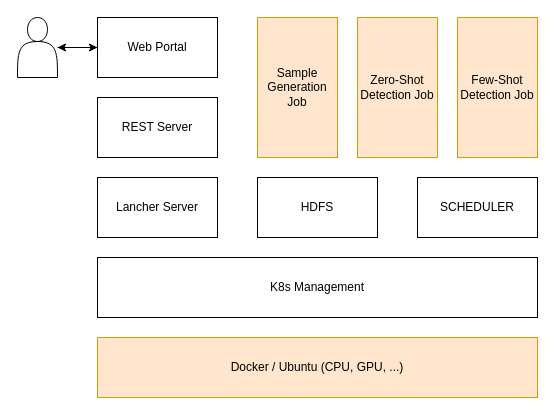
Above: structure.drawio in foreignbill/drawio (draw.io), before the change. Source tidied: cells renumbered, new cells numbered last; positions are measured from the earlier drawing's top-left corner, leaving out a move shared by most shapes. Both pictures are drawn from the tidied source at 100%, with x=0, y=0 at pixel (17, 17).
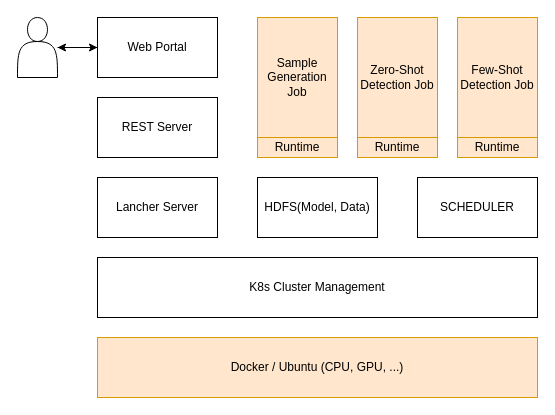
After the change.

Diff of the diagram source:
```diff
@@
 <mxGraphModel>
   <root>
     <mxCell id="0" />
     <mxCell id="1" parent="0" />
     <mxCell id="2" style="edgeStyle=orthogonalEdgeStyle;rounded=0;jettySize=auto;html=1;" parent="1" edge="1" source="3" target="5">
       <mxGeometry relative="1" as="geometry" />
     </mxCell>
     <mxCell id="3" style="shape=actor;whiteSpace=wrap;html=1;" parent="1" vertex="1">
       <mxGeometry width="40" height="60" as="geometry" />
     </mxCell>
     <mxCell id="4" style="edgeStyle=orthogonalEdgeStyle;rounded=0;jettySize=auto;html=1;" parent="1" edge="1" source="5" target="3">
       <mxGeometry relative="1" as="geometry" />
     </mxCell>
     <mxCell id="5" value="Web Portal" style="rounded=0;whiteSpace=wrap;html=1;" parent="1" vertex="1">
       <mxGeometry x="80" width="120" height="60" as="geometry" />
     </mxCell>
     <mxCell id="6" value="REST Server" style="rounded=0;whiteSpace=wrap;html=1;" parent="1" vertex="1">
       <mxGeometry x="80" y="80" width="120" height="60" as="geometry" />
     </mxCell>
     <mxCell id="7" value="Lancher Server" style="rounded=0;whiteSpace=wrap;html=1;" parent="1" vertex="1">
       <mxGeometry x="80" y="160" width="120" height="60" as="geometry" />
     </mxCell>
-    <mxCell id="8" value="HDFS" style="rounded=0;whiteSpace=wrap;html=1;" parent="1" vertex="1">
+    <mxCell id="8" value="HDFS(Model, Data)" style="rounded=0;whiteSpace=wrap;html=1;" parent="1" vertex="1">
       <mxGeometry x="240" y="160" width="120" height="60" as="geometry" />
     </mxCell>
     <mxCell id="9" value="SCHEDULER" style="rounded=0;whiteSpace=wrap;html=1;" parent="1" vertex="1">
       <mxGeometry x="400" y="160" width="120" height="60" as="geometry" />
     </mxCell>
-    <mxCell id="10" value="K8s Management" style="rounded=0;whiteSpace=wrap;html=1;" parent="1" vertex="1">
+    <mxCell id="10" value="K8s Cluster Management" style="rounded=0;whiteSpace=wrap;html=1;" parent="1" vertex="1">
       <mxGeometry x="80" y="240" width="440" height="60" as="geometry" />
     </mxCell>
     <mxCell id="11" value="Docker / Ubuntu (CPU, GPU, ...)" style="rounded=0;whiteSpace=wrap;html=1;fillColor=#ffe6cc;strokeColor=#d79b00;" parent="1" vertex="1">
       <mxGeometry x="80" y="320" width="440" height="60" as="geometry" />
     </mxCell>
-    <mxCell id="12" value="Sample Generation Job" style="rounded=0;whiteSpace=wrap;html=1;fillColor=#ffe6cc;strokeColor=#d79b00;" parent="1" vertex="1">
-      <mxGeometry x="240" width="80" height="140" as="geometry" />
-    </mxCell>
     <mxCell id="13" value="Few-Shot Detection Job" style="rounded=0;whiteSpace=wrap;html=1;fillColor=#ffe6cc;strokeColor=#d79b00;" parent="1" vertex="1">
-      <mxGeometry x="440" width="80" height="140" as="geometry" />
+      <mxGeometry x="440" width="80" height="120" as="geometry" />
     </mxCell>
     <mxCell id="14" value="Zero-Shot Detection Job" style="rounded=0;whiteSpace=wrap;html=1;fillColor=#ffe6cc;strokeColor=#d79b00;" parent="1" vertex="1">
-      <mxGeometry x="340" width="80" height="140" as="geometry" />
+      <mxGeometry x="340" width="80" height="120" as="geometry" />
     </mxCell>
+    <mxCell id="12" value="Sample Generation Job" style="rounded=0;whiteSpace=wrap;html=1;fillColor=#ffe6cc;strokeColor=#d79b00;glass=0;sketch=0;shadow=0;absoluteArcSize=0;noLabel=0;direction=west;" parent="1" vertex="1">
+      <mxGeometry x="240" width="80" height="120" as="geometry" />
+    </mxCell>
+    <mxCell id="15" value="Runtime" style="rounded=0;whiteSpace=wrap;html=1;shadow=0;glass=0;sketch=0;fillColor=#ffe6cc;strokeColor=#d79b00;" parent="1" vertex="1">
+      <mxGeometry x="240" y="120" width="80" height="20" as="geometry" />
+    </mxCell>
+    <mxCell id="16" value="Runtime" style="rounded=0;whiteSpace=wrap;html=1;shadow=0;glass=0;sketch=0;fillColor=#ffe6cc;strokeColor=#d79b00;" parent="1" vertex="1">
+      <mxGeometry x="340" y="120" width="80" height="20" as="geometry" />
+    </mxCell>
+    <mxCell id="17" value="Runtime" style="rounded=0;whiteSpace=wrap;html=1;shadow=0;glass=0;sketch=0;fillColor=#ffe6cc;strokeColor=#d79b00;" parent="1" vertex="1">
+      <mxGeometry x="440" y="120" width="80" height="20" as="geometry" />
+    </mxCell>
   </root>
 </mxGraphModel>
```
